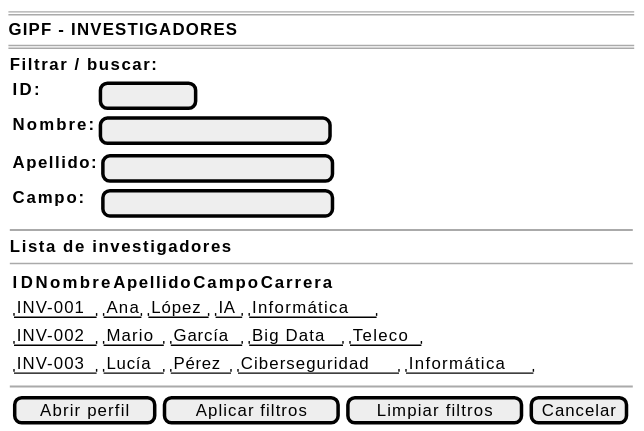
31Diego/25-26-IdSw1-SdR keeps this PlantUML diagram as documentación/CasosDeUso/Imagenes/prototipos/coordinador/03-gestion-investigadores/abrirInvestigador-wireframe.svg. Above is the earlier version.
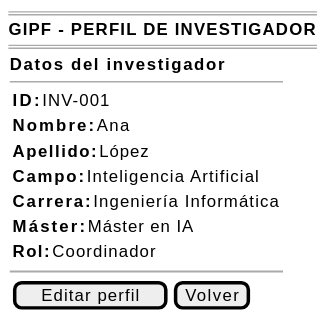
After the commit.

The edit, as a diff of the source:
```diff
@@ -1,31 +1,24 @@
 @startsalt abrirInvestigador-wireframe
 {
     ====
-    <b>GIPF - INVESTIGADORES</b>
+    <b>GIPF - PERFIL DE INVESTIGADOR</b>
     ====
     {
-        <b>Filtrar / buscar:</b>
+        <b>Datos del investigador</b>
+        --
         {
-            {<b>ID:</b> | [        ]
-             <b>Nombre:</b> | [                    ]}
-            {<b>Apellido:</b> | [                    ]
-             <b>Campo:</b> | [                    ]}
+            {<b>ID:</b>        | INV-001}
+            {<b>Nombre:</b>    | Ana}
+            {<b>Apellido:</b>  | López}
+            {<b>Campo:</b>     | Inteligencia Artificial}
+            {<b>Carrera:</b>   | Ingeniería Informática}
+            {<b>Máster:</b>    | Máster en IA}
+            {<b>Rol:</b>    | Coordinador}
         }
 
         ~~
 
-        <b>Lista de investigadores</b>
-        --
-        {
-            {<b>ID</b> | <b>Nombre</b> | <b>Apellido</b> | <b>Campo</b> | <b>Carrera</b>}
-            {"INV-001" | "Ana"   | "López"   | "IA"           | "Informática"}
-            {"INV-002" | "Mario" | "García"  | "Big Data"     | "Teleco"}
-            {"INV-003" | "Lucía" | "Pérez"   | "Ciberseguridad" | "Informática"}
-        }
-
-        ~~
-
-        {[Abrir perfil] | [Aplicar filtros] | [Limpiar filtros] | [Cancelar]}
+        {[Editar perfil] | [Volver]}
     }
 }
 @endsalt
```
